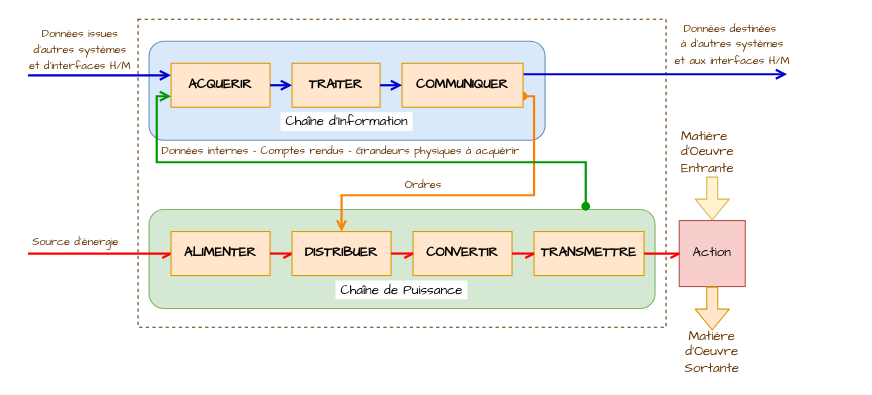
Above: page "Globale3" (3 of 4) of img/AnalyseSystemique.drawio in ericECmorlaix/ericECmorlaix.github.io (draw.io), before the change. Source tidied: cells renumbered, new cells numbered last; positions are measured from the earlier drawing's top-left corner, leaving out a move shared by most shapes. Both pictures are drawn from the tidied source at 110%, with x=0, y=0 at pixel (28, 19).
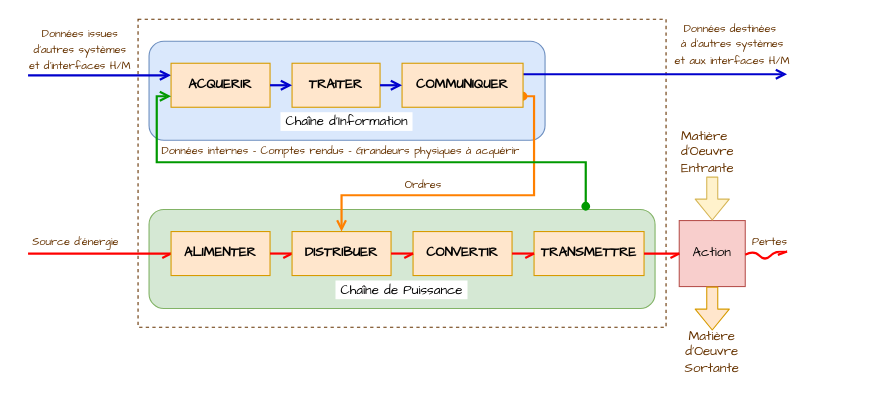
After the change.

What changed in the source:
```diff
@@
+    <mxCell id="33" style="endArrow=none;html=1;strokeWidth=2;fontFamily=Comic Sans MS;fontColor=#663300;endFill=0;startArrow=openAsync;startFill=0;strokeColor=#FF0000;curved=1;" parent="1" edge="1">
+      <mxGeometry relative="1" as="geometry">
+        <mxPoint x="690" y="211" as="sourcePoint" />
+        <mxPoint x="652" y="214" as="targetPoint" />
+        <Array as="points">
+          <mxPoint x="680" y="210" />
+          <mxPoint x="670" y="220" />
+          <mxPoint x="660" y="210" />
+          <mxPoint x="652" y="214" />
+        </Array>
+      </mxGeometry>
+    </mxCell>
+    <mxCell id="34" value="&lt;font style=&quot;font-size: 10px&quot;&gt;Pertes&lt;/font&gt;" style="text;html=1;align=center;verticalAlign=middle;labelBackgroundColor=#ffffff;fontFamily=Comic Sans MS;fontColor=#663300;" parent="1" vertex="1">
+      <mxGeometry x="750.1" y="190" as="geometry">
+        <mxPoint x="-76.5" y="12" as="offset" />
+      </mxGeometry>
+    </mxCell>
```
